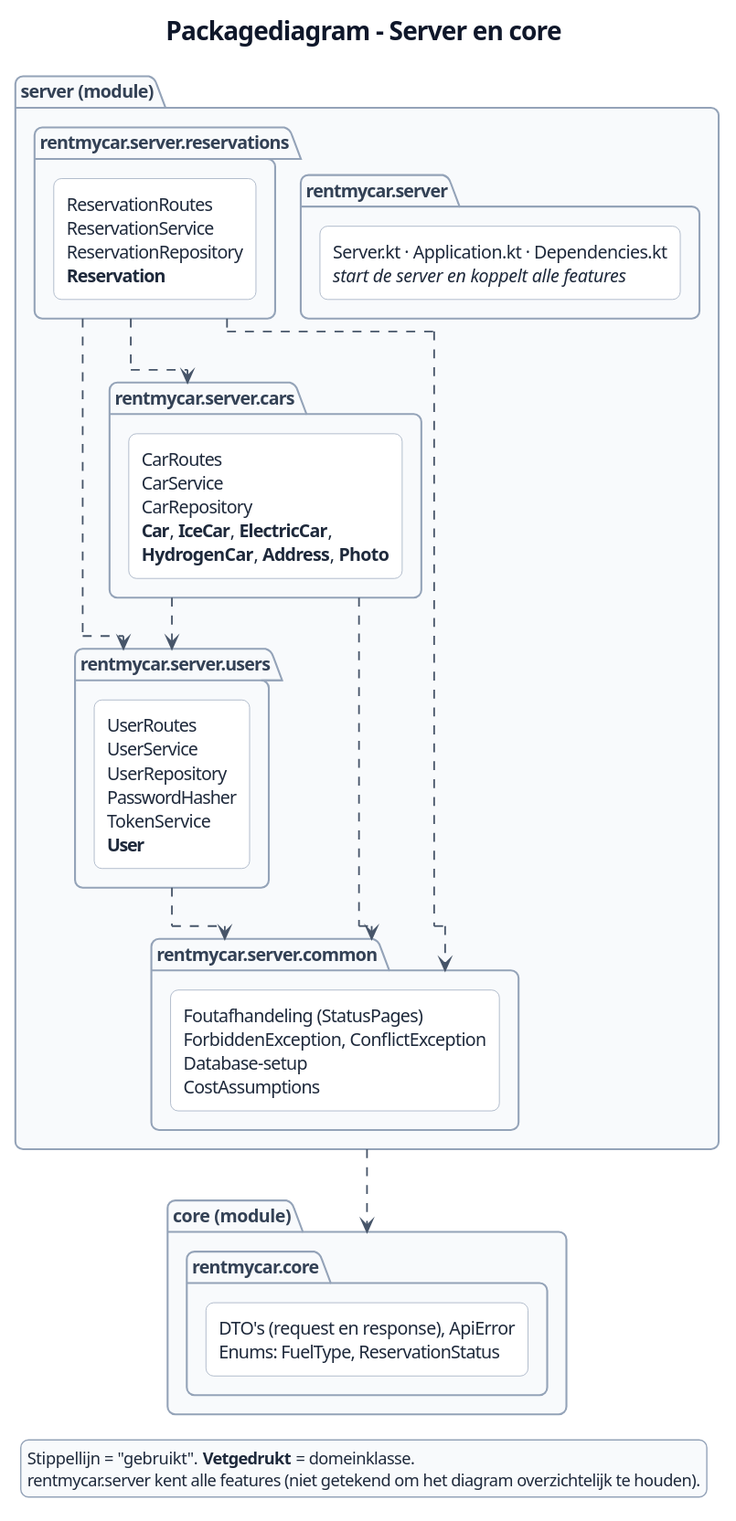
ThimoHarte/RentMyCar keeps this PlantUML diagram as docs/images/package-diagram.svg. Above is the earlier version.
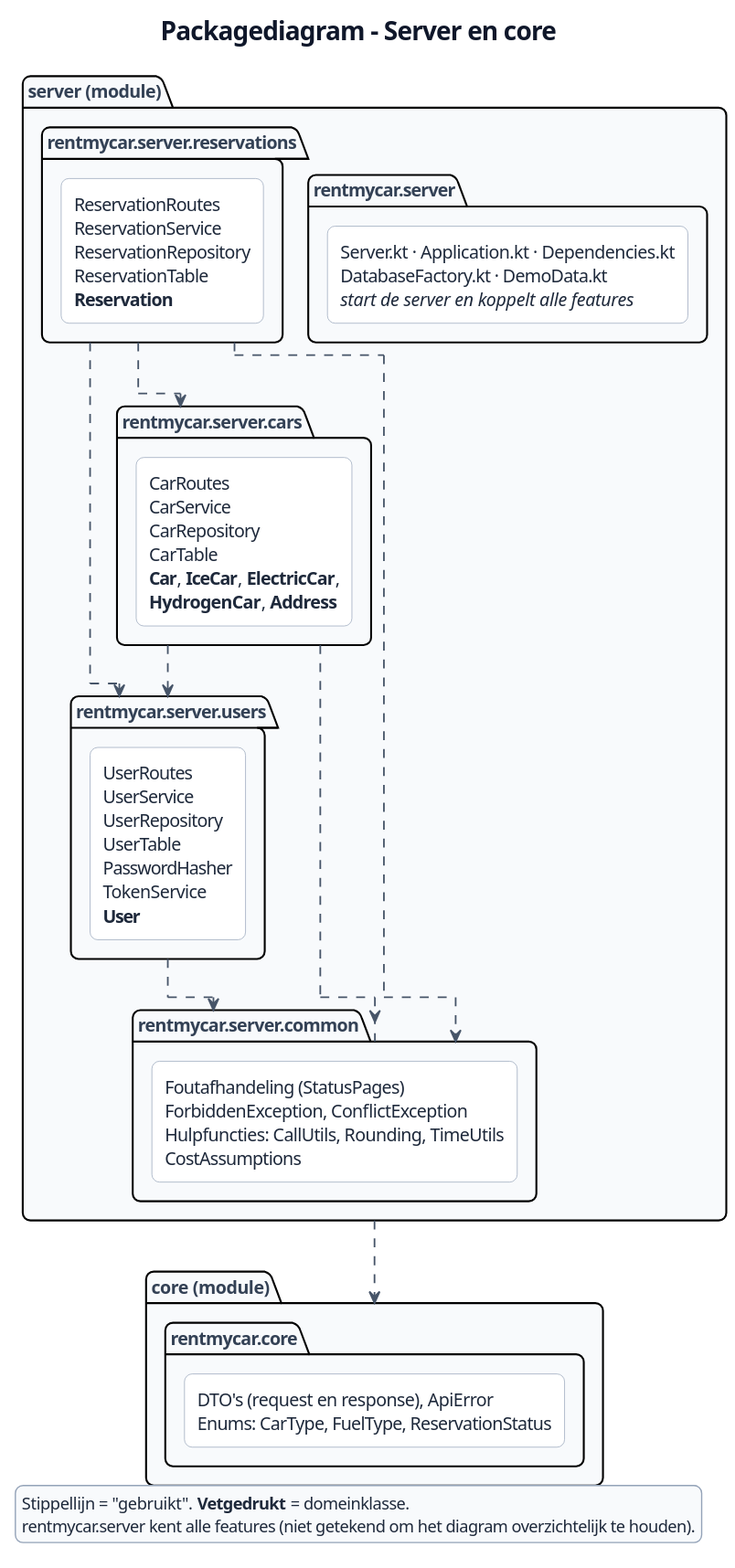
Above is the later version.

What changed in the source:
```diff
@@ -10,29 +10,29 @@
 package "server (module)" as serverModule {
 
   package "rentmycar.server" as root {
-    rectangle "Server.kt · Application.kt · Dependencies.kt\n<i>start de server en koppelt alle features</i>" as boot
+    rectangle "Server.kt · Application.kt · Dependencies.kt\nDatabaseFactory.kt · DemoData.kt\n<i>start de server en koppelt alle features</i>" as boot
   }
 
   package "rentmycar.server.reservations" as reservations {
-    rectangle "ReservationRoutes\nReservationService\nReservationRepository\n<b>Reservation</b>" as reservationsContent
+    rectangle "ReservationRoutes\nReservationService\nReservationRepository\nReservationTable\n<b>Reservation</b>" as reservationsContent
   }
 
   package "rentmycar.server.cars" as cars {
-    rectangle "CarRoutes\nCarService\nCarRepository\n<b>Car</b>, <b>IceCar</b>, <b>ElectricCar</b>,\n<b>HydrogenCar</b>, <b>Address</b>, <b>Photo</b>" as carsContent
+    rectangle "CarRoutes\nCarService\nCarRepository\nCarTable\n<b>Car</b>, <b>IceCar</b>, <b>ElectricCar</b>,\n<b>HydrogenCar</b>, <b>Address</b>" as carsContent
   }
 
   package "rentmycar.server.users" as users {
-    rectangle "UserRoutes\nUserService\nUserRepository\nPasswordHasher\nTokenService\n<b>User</b>" as usersContent
+    rectangle "UserRoutes\nUserService\nUserRepository\nUserTable\nPasswordHasher\nTokenService\n<b>User</b>" as usersContent
   }
 
   package "rentmycar.server.common" as common {
-    rectangle "Foutafhandeling (StatusPages)\nForbiddenException, ConflictException\nDatabase-setup\nCostAssumptions" as commonContent
+    rectangle "Foutafhandeling (StatusPages)\nForbiddenException, ConflictException\nHulpfuncties: CallUtils, Rounding, TimeUtils\nCostAssumptions" as commonContent
   }
 }
 
 package "core (module)" as coreModule {
   package "rentmycar.core" as core {
-    rectangle "DTO's (request en response), ApiError\nEnums: FuelType, ReservationStatus" as coreContent
+    rectangle "DTO's (request en response), ApiError\nEnums: CarType, FuelType, ReservationStatus" as coreContent
   }
 }
 
```
